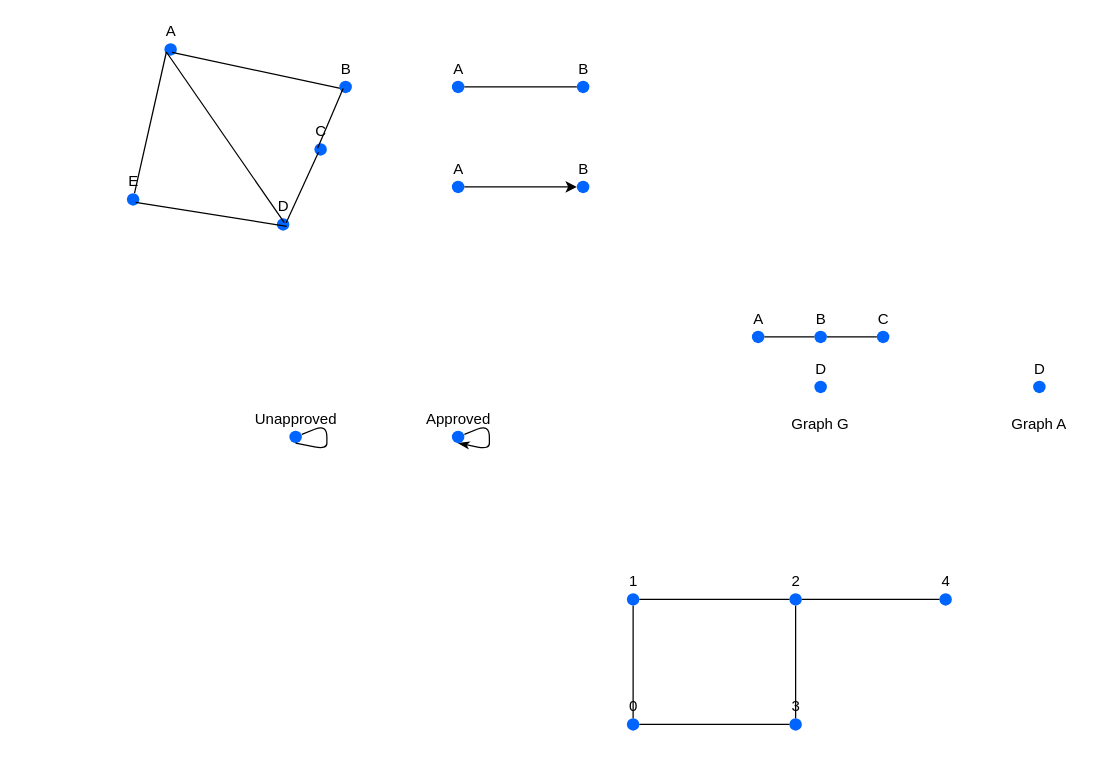
Before: Python/Note/DSA/Graph_Theory/Illustrations/GraphTheory.drawio in Cau-Vang1943s-HaTrungHieu/Headache, a draw.io diagram. Source tidied: cells renumbered, new cells numbered last; positions are measured from the earlier drawing's top-left corner, leaving out a move shared by most shapes. Both pictures are drawn from the tidied source at 125%, with x=0, y=0 at pixel (126, 42).
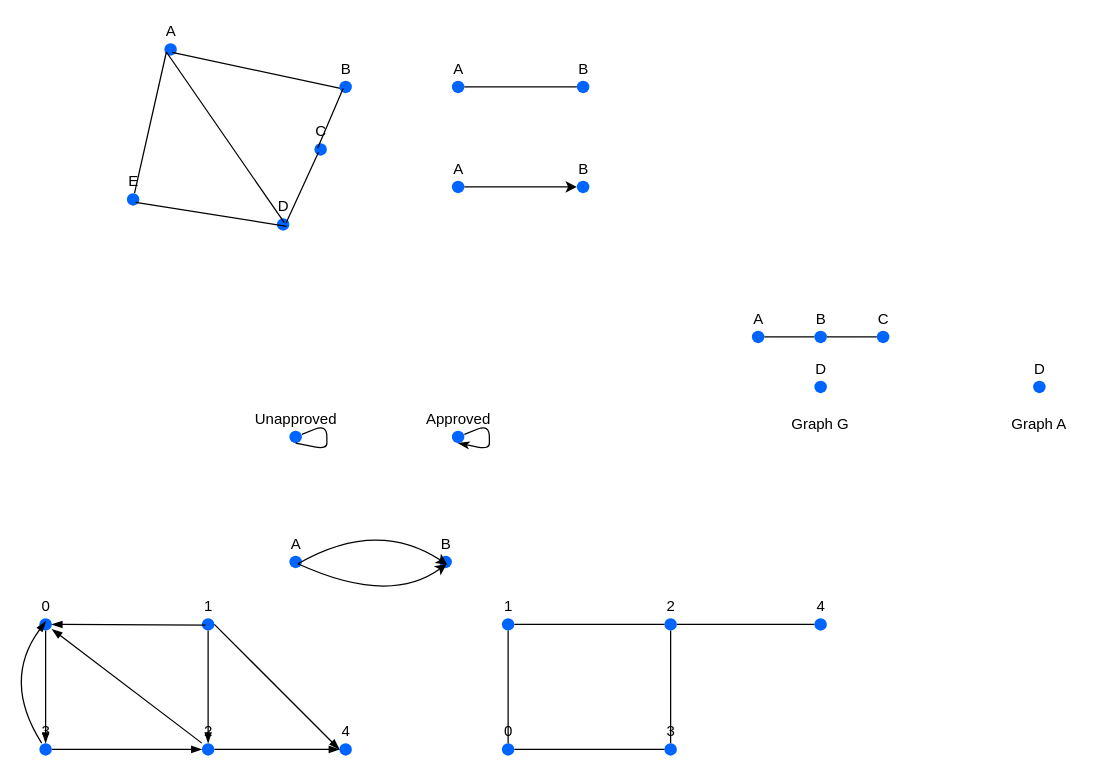
The same diagram, later.

Diff of the diagram source:
```diff
@@
     <mxCell id="32" value="1" style="shape=ellipse;fillColor=#0065FF;strokeColor=none;html=1;sketch=0;verticalAlign=bottom;labelPosition=center;verticalLabelPosition=top;align=center;" parent="1" vertex="1">
-      <mxGeometry x="400" y="440" width="10" height="10" as="geometry" />
+      <mxGeometry x="300" y="460" width="10" height="10" as="geometry" />
     </mxCell>
     <mxCell id="33" value="2" style="shape=ellipse;fillColor=#0065FF;strokeColor=none;html=1;sketch=0;verticalAlign=bottom;labelPosition=center;verticalLabelPosition=top;align=center;" parent="1" vertex="1">
-      <mxGeometry x="530" y="440" width="10" height="10" as="geometry" />
+      <mxGeometry x="430" y="460" width="10" height="10" as="geometry" />
     </mxCell>
     <mxCell id="34" value="0" style="shape=ellipse;fillColor=#0065FF;strokeColor=none;html=1;sketch=0;verticalAlign=bottom;labelPosition=center;verticalLabelPosition=top;align=center;" parent="1" vertex="1">
-      <mxGeometry x="400" y="540" width="10" height="10" as="geometry" />
+      <mxGeometry x="300" y="560" width="10" height="10" as="geometry" />
     </mxCell>
     <mxCell id="35" value="3" style="shape=ellipse;fillColor=#0065FF;strokeColor=none;html=1;sketch=0;verticalAlign=bottom;labelPosition=center;verticalLabelPosition=top;align=center;" parent="1" vertex="1">
-      <mxGeometry x="530" y="540" width="10" height="10" as="geometry" />
+      <mxGeometry x="430" y="560" width="10" height="10" as="geometry" />
     </mxCell>
     <mxCell id="36" value="4" style="shape=ellipse;fillColor=#0065FF;strokeColor=none;html=1;sketch=0;verticalAlign=bottom;labelPosition=center;verticalLabelPosition=top;align=center;" parent="1" vertex="1">
-      <mxGeometry x="650" y="440" width="10" height="10" as="geometry" />
+      <mxGeometry x="550" y="460" width="10" height="10" as="geometry" />
     </mxCell>
@@
+    <mxCell id="42" style="endArrow=blockThin;html=1;rounded=0;defaultLabelBackgroundColor=gap;exitX=1;exitY=0.5;exitDx=0;exitDy=0;entryX=0;entryY=0.5;entryDx=0;entryDy=0;endFill=1;" parent="1" edge="1" source="46" target="47">
+      <mxGeometry relative="1" as="geometry" />
+    </mxCell>
+    <mxCell id="43" style="endArrow=none;html=1;rounded=0;defaultLabelBackgroundColor=gap;exitX=0;exitY=0.5;exitDx=0;exitDy=0;entryX=1;entryY=0.5;entryDx=0;entryDy=0;startArrow=blockThin;startFill=1;" parent="1" edge="1" source="48" target="47">
+      <mxGeometry relative="1" as="geometry" />
+    </mxCell>
+    <mxCell id="44" value="0" style="shape=ellipse;fillColor=#0065FF;strokeColor=none;html=1;sketch=0;verticalAlign=bottom;labelPosition=center;verticalLabelPosition=top;align=center;" parent="1" vertex="1">
+      <mxGeometry x="-70" y="460" width="10" height="10" as="geometry" />
+    </mxCell>
+    <mxCell id="45" value="1" style="shape=ellipse;fillColor=#0065FF;strokeColor=none;html=1;sketch=0;verticalAlign=bottom;labelPosition=center;verticalLabelPosition=top;align=center;" parent="1" vertex="1">
+      <mxGeometry x="60" y="460" width="10" height="10" as="geometry" />
+    </mxCell>
+    <mxCell id="46" value="3" style="shape=ellipse;fillColor=#0065FF;strokeColor=none;html=1;sketch=0;verticalAlign=bottom;labelPosition=center;verticalLabelPosition=top;align=center;" parent="1" vertex="1">
+      <mxGeometry x="-70" y="560" width="10" height="10" as="geometry" />
+    </mxCell>
+    <mxCell id="47" value="2" style="shape=ellipse;fillColor=#0065FF;strokeColor=none;html=1;sketch=0;verticalAlign=bottom;labelPosition=center;verticalLabelPosition=top;align=center;" parent="1" vertex="1">
+      <mxGeometry x="60" y="560" width="10" height="10" as="geometry" />
+    </mxCell>
+    <mxCell id="48" value="4" style="shape=ellipse;fillColor=#0065FF;strokeColor=none;html=1;sketch=0;verticalAlign=bottom;labelPosition=center;verticalLabelPosition=top;align=center;" parent="1" vertex="1">
+      <mxGeometry x="170" y="560" width="10" height="10" as="geometry" />
+    </mxCell>
+    <mxCell id="49" style="endArrow=none;html=1;rounded=0;defaultLabelBackgroundColor=gap;exitX=0;exitY=0.5;exitDx=0;exitDy=0;entryX=1;entryY=0.5;entryDx=0;entryDy=0;startArrow=blockThin;startFill=1;" parent="1" edge="1" source="48" target="45">
+      <mxGeometry relative="1" as="geometry" />
+    </mxCell>
+    <mxCell id="50" style="endArrow=none;html=1;rounded=0;defaultLabelBackgroundColor=gap;exitX=0.5;exitY=0;exitDx=0;exitDy=0;entryX=0.5;entryY=1;entryDx=0;entryDy=0;startArrow=blockThin;startFill=1;" parent="1" edge="1" source="47" target="45">
+      <mxGeometry relative="1" as="geometry" />
+    </mxCell>
+    <mxCell id="51" style="endArrow=none;html=1;rounded=0;defaultLabelBackgroundColor=gap;entryX=0;entryY=0;entryDx=0;entryDy=0;startArrow=blockThin;startFill=1;" parent="1" edge="1" source="44" target="47">
+      <mxGeometry relative="1" as="geometry" />
+    </mxCell>
+    <mxCell id="52" style="endArrow=none;html=1;rounded=0;defaultLabelBackgroundColor=gap;entryX=0.293;entryY=0.563;entryDx=0;entryDy=0;startArrow=blockThin;startFill=1;entryPerimeter=0;exitX=1;exitY=0.5;exitDx=0;exitDy=0;" parent="1" edge="1" source="44" target="45">
+      <mxGeometry relative="1" as="geometry" />
+    </mxCell>
+    <mxCell id="53" style="endArrow=blockThin;html=1;rounded=0;defaultLabelBackgroundColor=gap;exitX=0.5;exitY=1;exitDx=0;exitDy=0;entryX=0.5;entryY=0;entryDx=0;entryDy=0;endFill=1;" parent="1" edge="1" source="44" target="46">
+      <mxGeometry relative="1" as="geometry" />
+    </mxCell>
+    <mxCell id="54" style="endArrow=blockThin;html=1;rounded=0;defaultLabelBackgroundColor=gap;endFill=1;curved=1;curveGeometry=1;entryX=0.521;entryY=0.253;entryDx=0;entryDy=0;entryPerimeter=0;" parent="1" edge="1" source="46" target="44">
+      <mxGeometry relative="1" as="geometry">
+        <Array as="points">
+          <mxPoint x="-100" y="510" />
+        </Array>
+      </mxGeometry>
+    </mxCell>
+    <mxCell id="55" value="A" style="shape=ellipse;fillColor=#0065FF;strokeColor=none;html=1;sketch=0;verticalAlign=bottom;labelPosition=center;verticalLabelPosition=top;align=center;" parent="1" vertex="1">
+      <mxGeometry x="130" y="410" width="10" height="10" as="geometry" />
+    </mxCell>
+    <mxCell id="56" value="B" style="shape=ellipse;fillColor=#0065FF;strokeColor=none;html=1;sketch=0;verticalAlign=bottom;labelPosition=center;verticalLabelPosition=top;align=center;" parent="1" vertex="1">
+      <mxGeometry x="250" y="410" width="10" height="10" as="geometry" />
+    </mxCell>
+    <mxCell id="57" style="endArrow=classic;html=1;rounded=0;defaultLabelBackgroundColor=gap;exitX=0.678;exitY=0.651;exitDx=0;exitDy=0;exitPerimeter=0;entryX=0.64;entryY=0.721;entryDx=0;entryDy=0;entryPerimeter=0;curved=1;curveGeometry=1;" parent="1" edge="1" source="55" target="56">
+      <mxGeometry x="-0.01" relative="1" as="geometry">
+        <Array as="points">
+          <mxPoint x="200" y="380" />
+        </Array>
+      </mxGeometry>
+    </mxCell>
+    <mxCell id="58" style="endArrow=classic;html=1;rounded=0;defaultLabelBackgroundColor=gap;exitX=0.678;exitY=0.651;exitDx=0;exitDy=0;exitPerimeter=0;curved=1;curveGeometry=1;entryX=0.57;entryY=0.675;entryDx=0;entryDy=0;entryPerimeter=0;" parent="1" edge="1" source="55" target="56">
+      <mxGeometry relative="1" as="geometry">
+        <Array as="points">
+          <mxPoint x="210" y="450" />
+        </Array>
+      </mxGeometry>
+    </mxCell>
```
